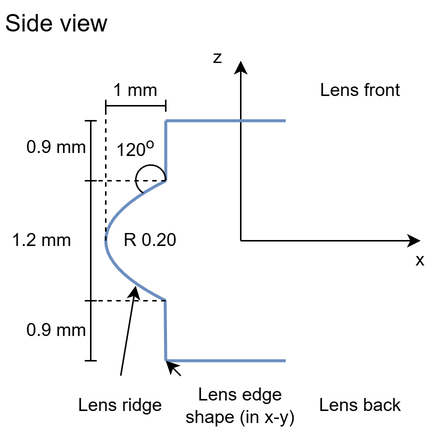
This is images/diagrams/bevel-lens-side.drawio.png from ues-if/specification, a draw.io export, as it was before one commit. Source tidied: cells renumbered, new cells last; positions are measured from the earlier drawing's top-left corner, leaving out a move shared by most shapes.
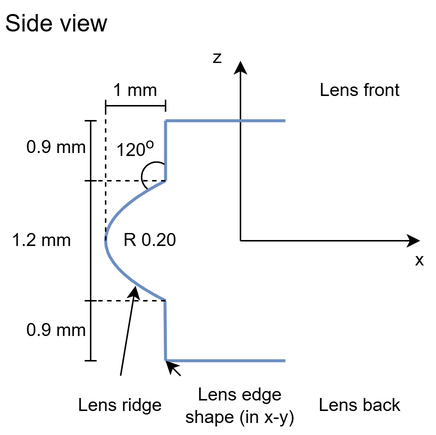
Above is the later version.

Change to the diagram source:
```diff
@@ -127,8 +127,8 @@
         <mxPoint x="60" y="120" as="targetPoint" />
       </mxGeometry>
     </mxCell>
-    <mxCell id="28" style="verticalLabelPosition=bottom;verticalAlign=top;html=1;shape=mxgraph.basic.arc;startAngle=0.33226336568429565;endAngle=0.005077689567513903;rotation=90;" parent="1" vertex="1">
-      <mxGeometry x="90" y="109.5" width="20" height="20" as="geometry" />
+    <mxCell id="28" style="verticalLabelPosition=bottom;verticalAlign=top;html=1;shape=mxgraph.basic.arc;startAngle=0.3536820013419613;endAngle=0.8389038422446764;rotation=90;" parent="1" vertex="1">
+      <mxGeometry x="94" y="107.5" width="20" height="20" as="geometry" />
     </mxCell>
     <mxCell id="29" value="120&lt;sup&gt;o&lt;/sup&gt;" style="text;html=1;align=center;verticalAlign=middle;rounded=0;whiteSpace=wrap;" parent="1" vertex="1">
       <mxGeometry x="70" y="87.5" width="40" height="20" as="geometry" />
```
